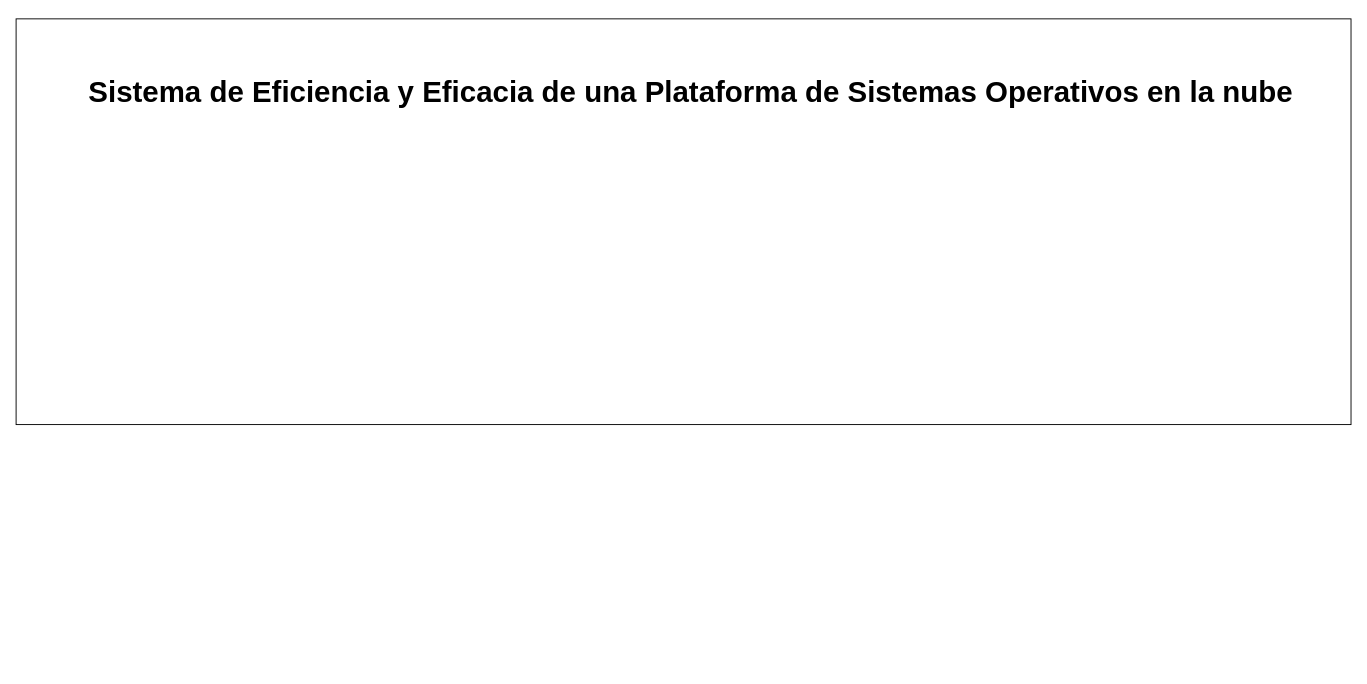
This is SimulacionBasadaEnAgentes.drawio from EstebanGitPro/AdminFinanazas, a draw.io file, before an edit. Source tidied: cells renumbered, new cells numbered last; positions are measured from the earlier drawing's top-left corner, leaving out a move shared by most shapes. Both pictures are drawn from the tidied source at 92%, with x=0, y=0 at pixel (16, 18).
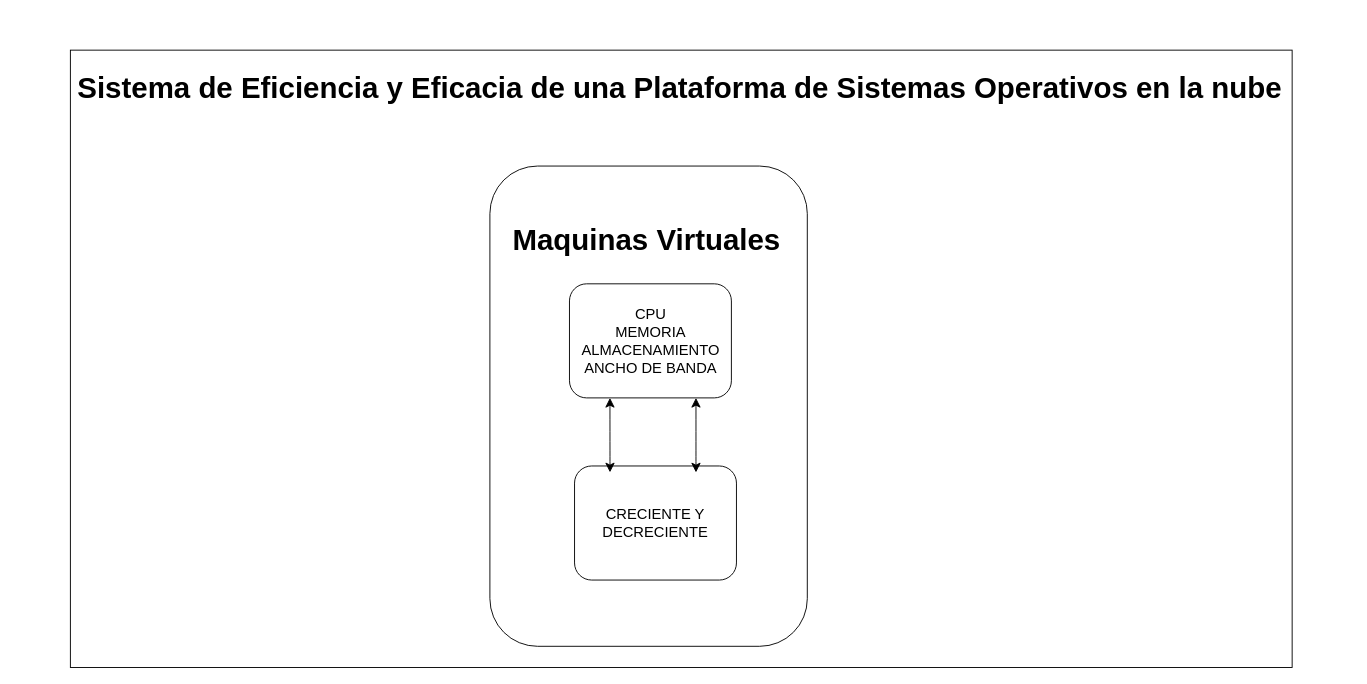
The same diagram, later.

Diff of the diagram source:
```diff
@@
 <mxGraphModel>
   <root>
     <mxCell id="0" />
     <mxCell id="1" parent="0" />
     <mxCell id="2" style="rounded=0;whiteSpace=wrap;html=1;fontSize=16;" parent="1" vertex="1">
-      <mxGeometry width="1451" height="441" as="geometry" />
+      <mxGeometry x="59" y="34" width="1328" height="671" as="geometry" />
     </mxCell>
     <mxCell id="3" value="&lt;h1&gt;&lt;br style=&quot;border-color: var(--border-color); font-size: 16px; font-weight: 400; text-align: center;&quot;&gt;Sistema de Eficiencia y Eficacia de una Plataforma de Sistemas Operativos en la nube&lt;br style=&quot;border-color: var(--border-color); font-size: 16px; font-weight: 400; text-align: center;&quot;&gt;&lt;/h1&gt;" style="text;html=1;strokeColor=none;fillColor=none;spacing=5;spacingTop=-20;whiteSpace=wrap;overflow=hidden;rounded=0;fontSize=16;" parent="1" vertex="1">
-      <mxGeometry x="74" y="11" width="1319" height="120" as="geometry" />
+      <mxGeometry x="62" y="7" width="1319" height="120" as="geometry" />
     </mxCell>
+    <mxCell id="4" style="rounded=1;whiteSpace=wrap;html=1;fontSize=16;" parent="1" vertex="1">
+      <mxGeometry x="515" y="160" width="345" height="522" as="geometry" />
+    </mxCell>
+    <mxCell id="5" value="&lt;h1&gt;Maquinas Virtuales&amp;nbsp;&lt;/h1&gt;" style="text;html=1;strokeColor=none;fillColor=none;spacing=5;spacingTop=-20;whiteSpace=wrap;overflow=hidden;rounded=0;fontSize=16;" parent="1" vertex="1">
+      <mxGeometry x="534.5" y="211" width="378" height="81" as="geometry" />
+    </mxCell>
+    <mxCell id="6" value="CPU&lt;br&gt;MEMORIA&lt;br&gt;ALMACENAMIENTO&lt;br&gt;ANCHO DE BANDA" style="rounded=1;whiteSpace=wrap;html=1;fontSize=16;" parent="1" vertex="1">
+      <mxGeometry x="601.5" y="288" width="176" height="124" as="geometry" />
+    </mxCell>
+    <mxCell id="7" value="CRECIENTE Y DECRECIENTE" style="rounded=1;whiteSpace=wrap;html=1;fontSize=16;" parent="1" vertex="1">
+      <mxGeometry x="607" y="486" width="176" height="124" as="geometry" />
+    </mxCell>
+    <mxCell id="8" style="endArrow=classic;startArrow=classic;html=1;rounded=0;fontSize=12;startSize=8;endSize=8;curved=1;entryX=0.25;entryY=1;entryDx=0;entryDy=0;exitX=0.219;exitY=0.056;exitDx=0;exitDy=0;exitPerimeter=0;" parent="1" edge="1" source="7" target="6">
+      <mxGeometry relative="1" as="geometry" />
+    </mxCell>
+    <mxCell id="9" style="endArrow=classic;startArrow=classic;html=1;rounded=0;fontSize=12;startSize=8;endSize=8;curved=1;entryX=0.25;entryY=1;entryDx=0;entryDy=0;exitX=0.219;exitY=0.056;exitDx=0;exitDy=0;exitPerimeter=0;" parent="1" edge="1">
+      <mxGeometry relative="1" as="geometry">
+        <mxPoint x="739" y="493" as="sourcePoint" />
+        <mxPoint x="739" y="412" as="targetPoint" />
+      </mxGeometry>
+    </mxCell>
   </root>
 </mxGraphModel>
```
